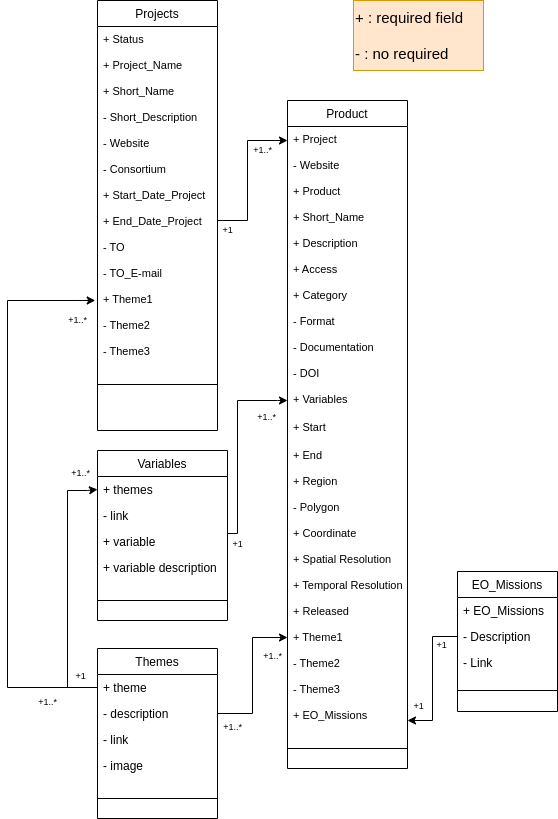
okoko-cs/4dhydro-open-science-catalog-metadata keeps this draw.io diagram as docs/metadata_class_diagram.png. Above is the earlier version. Source tidied: cells renumbered, new cells last; positions are measured from the earlier drawing's top-left corner, leaving out a move shared by most shapes.
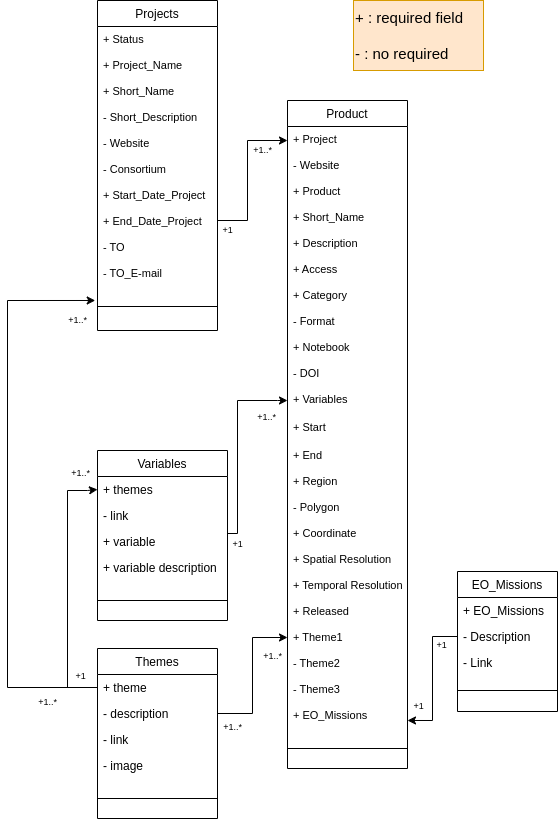
Above is the later version.

Change to the diagram source:
```diff
@@ -81,7 +81,7 @@
       </mxGeometry>
     </mxCell>
     <mxCell id="22" value="Projects" style="swimlane;fontStyle=0;align=center;verticalAlign=top;horizontal=1;startSize=26;rounded=0;shadow=0;strokeWidth=1;" parent="1" vertex="1">
-      <mxGeometry x="90" width="120" height="430" as="geometry" />
+      <mxGeometry x="90" width="120" height="330" as="geometry" />
     </mxCell>
     <mxCell id="23" value="+ Status" style="text;align=left;verticalAlign=top;spacingLeft=4;spacingRight=4;overflow=hidden;fontSize=11;" parent="22" vertex="1">
       <mxGeometry y="26" width="120" height="26" as="geometry" />
@@ -113,17 +113,8 @@
     <mxCell id="32" value="- TO_E-mail" style="text;align=left;verticalAlign=top;spacingLeft=4;spacingRight=4;overflow=hidden;rounded=0;shadow=0;html=0;fontSize=11;" parent="22" vertex="1">
       <mxGeometry y="260" width="120" height="26" as="geometry" />
     </mxCell>
-    <mxCell id="33" value="+ Theme1" style="text;align=left;verticalAlign=top;spacingLeft=4;spacingRight=4;overflow=hidden;points=[[0,0.5],[1,0.5]];portConstraint=eastwest;rounded=0;shadow=0;html=0;fontSize=11;" parent="22" vertex="1">
-      <mxGeometry y="286" width="120" height="26" as="geometry" />
-    </mxCell>
-    <mxCell id="34" value="- Theme2" style="text;align=left;verticalAlign=top;spacingLeft=4;spacingRight=4;overflow=hidden;rounded=0;shadow=0;html=0;fontSize=11;" parent="22" vertex="1">
-      <mxGeometry y="312" width="120" height="26" as="geometry" />
-    </mxCell>
-    <mxCell id="35" value="- Theme3" style="text;align=left;verticalAlign=top;spacingLeft=4;spacingRight=4;overflow=hidden;rounded=0;shadow=0;html=0;fontSize=11;" parent="22" vertex="1">
-      <mxGeometry y="338" width="120" height="26" as="geometry" />
-    </mxCell>
     <mxCell id="36" style="line;html=1;strokeWidth=1;align=left;verticalAlign=middle;spacingTop=-1;spacingLeft=3;spacingRight=3;labelPosition=right;" parent="22" vertex="1">
-      <mxGeometry y="364" width="120" height="40" as="geometry" />
+      <mxGeometry y="286" width="120" height="40" as="geometry" />
     </mxCell>
     <mxCell id="37" value="Product" style="swimlane;fontStyle=0;align=center;verticalAlign=top;horizontal=1;startSize=26;rounded=0;shadow=0;strokeWidth=1;" parent="1" vertex="1">
       <mxGeometry x="280" y="100" width="120" height="668" as="geometry" />
@@ -152,7 +143,7 @@
     <mxCell id="45" value="- Format" style="text;align=left;verticalAlign=top;spacingLeft=4;spacingRight=4;overflow=hidden;rounded=0;shadow=0;html=0;fontSize=11;" parent="37" vertex="1">
       <mxGeometry y="208" width="120" height="26" as="geometry" />
     </mxCell>
-    <mxCell id="46" value="- Documentation" style="text;align=left;verticalAlign=top;spacingLeft=4;spacingRight=4;overflow=hidden;rounded=0;shadow=0;html=0;fontSize=11;" parent="37" vertex="1">
+    <mxCell id="46" value="+ Notebook" style="text;align=left;verticalAlign=top;spacingLeft=4;spacingRight=4;overflow=hidden;rounded=0;shadow=0;html=0;fontSize=11;" parent="37" vertex="1">
       <mxGeometry y="234" width="120" height="26" as="geometry" />
     </mxCell>
     <mxCell id="47" value="- DOI" style="text;align=left;verticalAlign=top;spacingLeft=4;spacingRight=4;overflow=hidden;rounded=0;shadow=0;html=0;fontSize=11;" parent="37" vertex="1">
@@ -203,8 +194,9 @@
     <mxCell id="62" style="edgeStyle=orthogonalEdgeStyle;rounded=0;jettySize=auto;html=1;entryX=0;entryY=0.5;entryDx=0;entryDy=0;" parent="1" edge="1" source="10" target="57">
       <mxGeometry relative="1" as="geometry" />
     </mxCell>
-    <mxCell id="63" style="edgeStyle=orthogonalEdgeStyle;rounded=0;jettySize=auto;html=1;entryX=-0.019;entryY=0.538;entryDx=0;entryDy=0;entryPerimeter=0;" parent="1" edge="1" source="9" target="33">
+    <mxCell id="63" style="edgeStyle=orthogonalEdgeStyle;rounded=0;jettySize=auto;html=1;entryX=-0.019;entryY=0.538;entryDx=0;entryDy=0;entryPerimeter=0;" parent="1" edge="1" source="9">
       <mxGeometry relative="1" as="geometry">
+        <mxPoint x="87.7" y="300" as="targetPoint" />
         <Array as="points">
           <mxPoint y="687" />
           <mxPoint y="300" />
```
